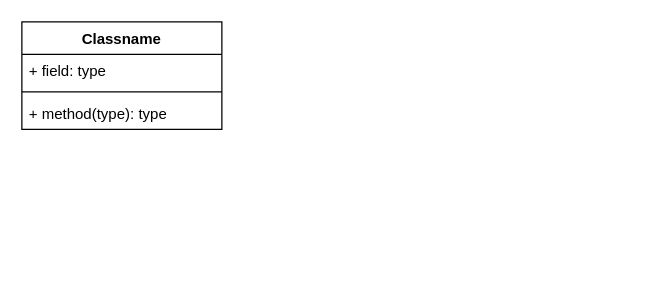
Before: DiagramaClass.drawio in manuely32/Diagramas, a draw.io diagram. Source tidied: cells renumbered, new cells numbered last; positions are measured from the earlier drawing's top-left corner, leaving out a move shared by most shapes. Both pictures are drawn from the tidied source at 125%, with x=0, y=0 at pixel (21, 21).
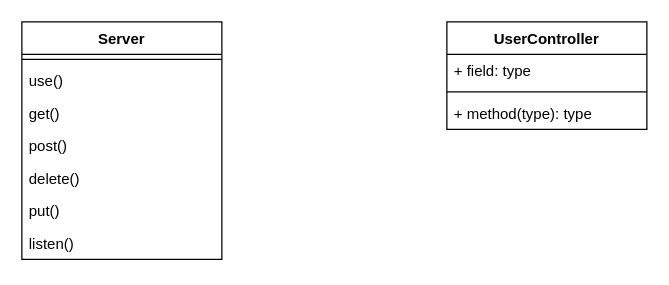
The same page after the edit.

Diff of the diagram source:
```diff
@@
 <mxGraphModel>
   <root>
     <mxCell id="0" />
     <mxCell id="1" parent="0" />
-    <mxCell id="2" value="Classname" style="swimlane;fontStyle=1;align=center;verticalAlign=top;horizontal=1;startSize=26;whiteSpace=wrap;html=1;" parent="1" vertex="1">
-      <mxGeometry width="160" height="86" as="geometry" />
+    <mxCell id="2" value="Server" style="swimlane;fontStyle=1;align=center;verticalAlign=top;horizontal=1;startSize=26;whiteSpace=wrap;html=1;" parent="1" vertex="1">
+      <mxGeometry width="160" height="190" as="geometry" />
     </mxCell>
+    <mxCell id="4" style="line;strokeWidth=1;fillColor=none;align=left;verticalAlign=middle;spacingTop=-1;spacingLeft=3;spacingRight=3;labelPosition=right;strokeColor=inherit;" parent="2" vertex="1">
+      <mxGeometry y="26" width="160" height="8" as="geometry" />
+    </mxCell>
+    <mxCell id="6" value="use()" style="text;strokeColor=none;fillColor=none;align=left;verticalAlign=top;spacingLeft=4;spacingRight=4;overflow=hidden;whiteSpace=wrap;html=1;" parent="2" vertex="1">
+      <mxGeometry y="34" width="160" height="26" as="geometry" />
+    </mxCell>
+    <mxCell id="5" value="get()" style="text;strokeColor=none;fillColor=none;align=left;verticalAlign=top;spacingLeft=4;spacingRight=4;overflow=hidden;whiteSpace=wrap;html=1;" parent="2" vertex="1">
+      <mxGeometry y="60" width="160" height="26" as="geometry" />
+    </mxCell>
+    <mxCell id="7" value="post()" style="text;strokeColor=none;fillColor=none;align=left;verticalAlign=top;spacingLeft=4;spacingRight=4;overflow=hidden;whiteSpace=wrap;html=1;" parent="2" vertex="1">
+      <mxGeometry y="86" width="160" height="26" as="geometry" />
+    </mxCell>
+    <mxCell id="8" value="delete()" style="text;strokeColor=none;fillColor=none;align=left;verticalAlign=top;spacingLeft=4;spacingRight=4;overflow=hidden;whiteSpace=wrap;html=1;" parent="2" vertex="1">
+      <mxGeometry y="112" width="160" height="26" as="geometry" />
+    </mxCell>
+    <mxCell id="9" value="put()" style="text;strokeColor=none;fillColor=none;align=left;verticalAlign=top;spacingLeft=4;spacingRight=4;overflow=hidden;whiteSpace=wrap;html=1;" parent="2" vertex="1">
+      <mxGeometry y="138" width="160" height="26" as="geometry" />
+    </mxCell>
+    <mxCell id="10" value="listen()" style="text;strokeColor=none;fillColor=none;align=left;verticalAlign=top;spacingLeft=4;spacingRight=4;overflow=hidden;whiteSpace=wrap;html=1;" parent="2" vertex="1">
+      <mxGeometry y="164" width="160" height="26" as="geometry" />
+    </mxCell>
+    <mxCell id="11" value="UserController" style="swimlane;fontStyle=1;align=center;verticalAlign=top;horizontal=1;startSize=26;whiteSpace=wrap;html=1;" parent="1" vertex="1">
+      <mxGeometry x="340" width="160" height="86" as="geometry" />
+    </mxCell>
-    <mxCell id="3" value="+ field: type" style="text;strokeColor=none;fillColor=none;align=left;verticalAlign=top;spacingLeft=4;spacingRight=4;overflow=hidden;whiteSpace=wrap;html=1;" parent="2" vertex="1">
+    <mxCell id="3" value="+ field: type" style="text;strokeColor=none;fillColor=none;align=left;verticalAlign=top;spacingLeft=4;spacingRight=4;overflow=hidden;whiteSpace=wrap;html=1;" parent="11" vertex="1">
       <mxGeometry y="26" width="160" height="26" as="geometry" />
     </mxCell>
-    <mxCell id="4" style="line;strokeWidth=1;fillColor=none;align=left;verticalAlign=middle;spacingTop=-1;spacingLeft=3;spacingRight=3;labelPosition=right;strokeColor=inherit;" parent="2" vertex="1">
-      <mxGeometry y="52" width="160" height="8" as="geometry" />
-    </mxCell>
-    <mxCell id="5" value="+ method(type): type" style="text;strokeColor=none;fillColor=none;align=left;verticalAlign=top;spacingLeft=4;spacingRight=4;overflow=hidden;whiteSpace=wrap;html=1;" parent="2" vertex="1">
-      <mxGeometry y="60" width="160" height="26" as="geometry" />
-    </mxCell>
+    <mxCell id="12" style="line;strokeWidth=1;fillColor=none;align=left;verticalAlign=middle;spacingTop=-1;spacingLeft=3;spacingRight=3;labelPosition=right;strokeColor=inherit;" parent="11" vertex="1">
+      <mxGeometry y="52" width="160" height="8" as="geometry" />
+    </mxCell>
+    <mxCell id="13" value="+ method(type): type" style="text;strokeColor=none;fillColor=none;align=left;verticalAlign=top;spacingLeft=4;spacingRight=4;overflow=hidden;whiteSpace=wrap;html=1;" parent="11" vertex="1">
+      <mxGeometry y="60" width="160" height="26" as="geometry" />
+    </mxCell>
   </root>
 </mxGraphModel>
```
